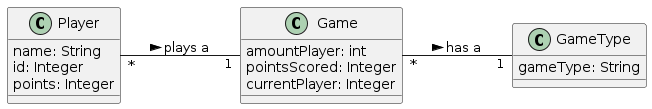
Above: images/diagram-classes.png in 2223-3bhif-syp/Dart-Scoring-App (PlantUML), before the change.
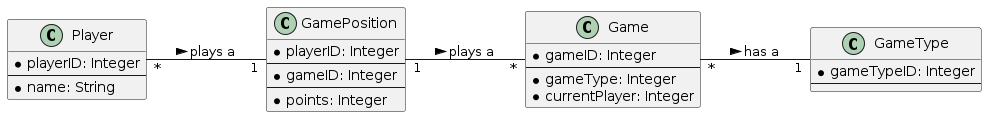
Above is the later version.

What changed in the source:
```diff
@@ -2,22 +2,33 @@
 left to right direction
 
 class GameType{
-    gameType: String
+* gameTypeID: Integer
+--
 }
 
 class Player{
-    name: String
-    id: Integer
-    points: Integer
+* playerID: Integer
+--
+* name: String
 }
 
 class Game{
-    amountPlayer: int
-    pointsScored: Integer
-    currentPlayer: Integer
+* gameID: Integer
+--
+* gameType: Integer
+* currentPlayer: Integer
 }
 
-Player "*"--"1" Game : plays a >
+class GamePosition{
+* playerID: Integer
+--
+* gameID: Integer
+--
+* points: Integer
+}
+
+Player "*"--"1" GamePosition : plays a >
+GamePosition "1"--"*" Game : plays a >
 Game "*"--"1" GameType : has a >
 
 @enduml
```
